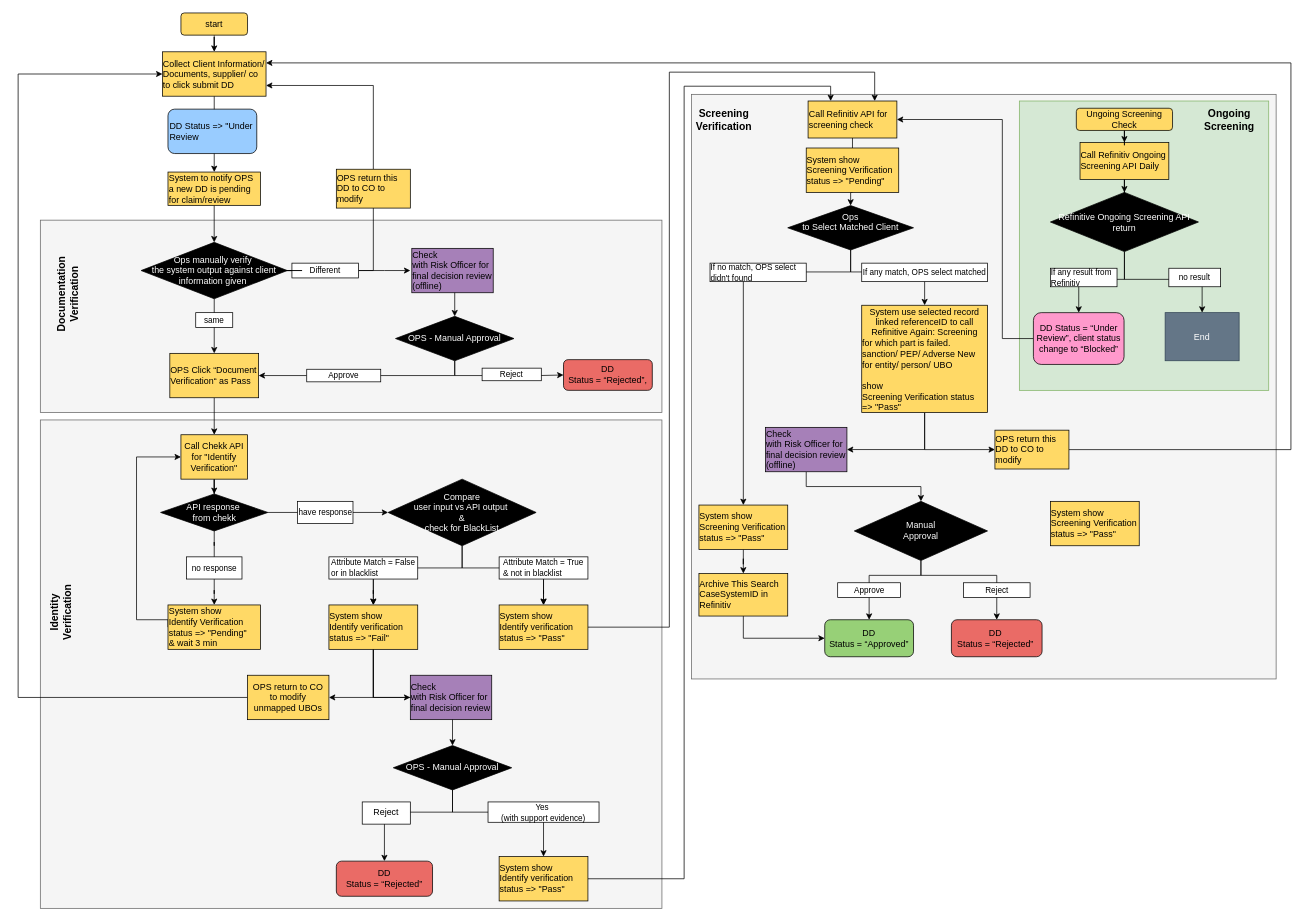
Before: page "Page-1" (1 of 2) of dd structure.drawio in SeanXLChen/gitskills, a draw.io diagram. Source tidied: cells renumbered, new cells numbered last; positions are measured from the earlier drawing's top-left corner, leaving out a move shared by most shapes. Both pictures are drawn from the tidied source at 74%, with x=0, y=0 at pixel (18, 13).
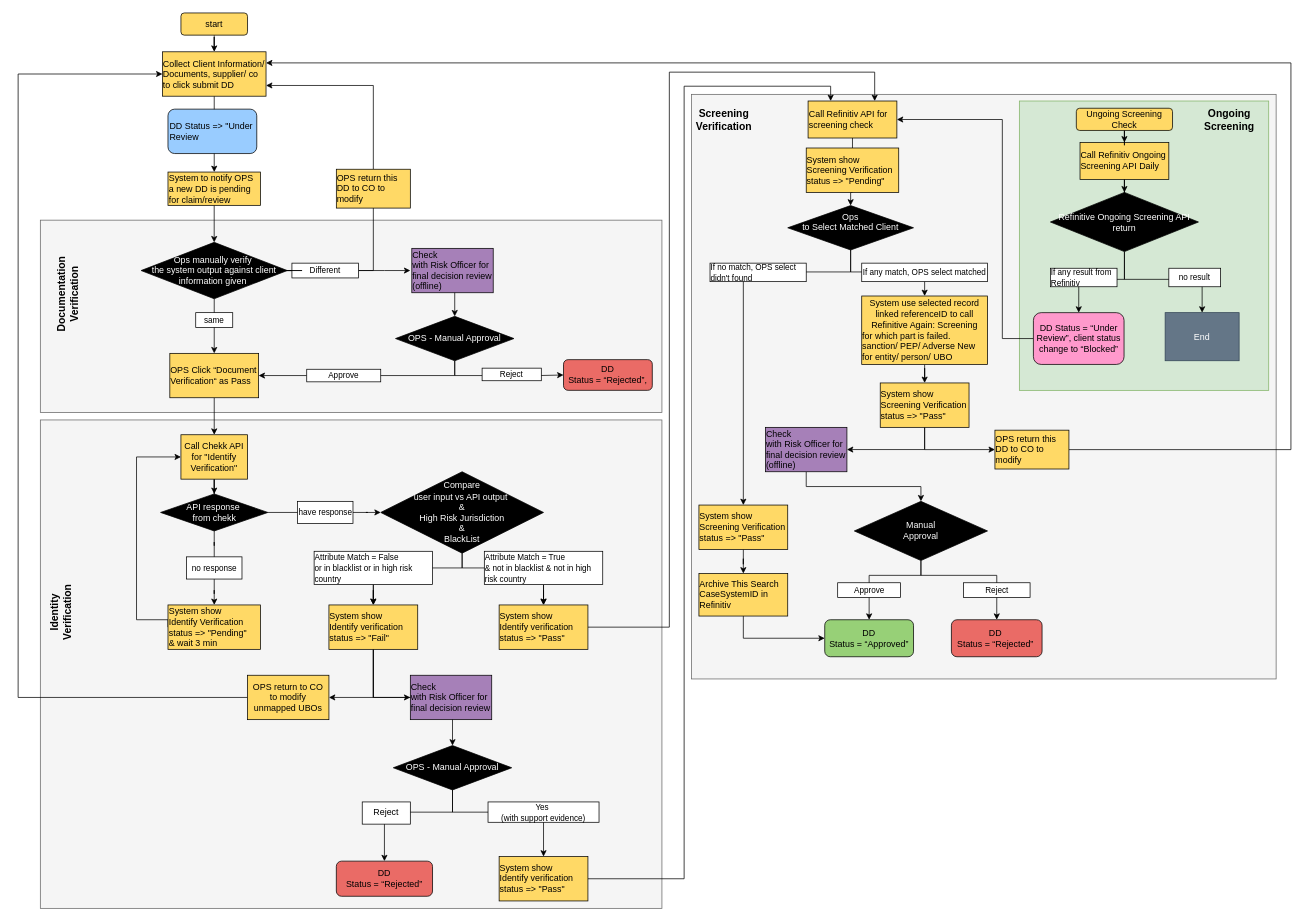
After the change.

Unchanged cells that the change refers to:
```xml
<mxCell id="111" value="&lt;p style=&quot;margin-top: 0pt ; margin-bottom: 0pt ; margin-left: 0in ; text-align: left ; direction: ltr ; unicode-bidi: embed ; word-break: normal&quot;&gt;&lt;font face=&quot;arial&quot;&gt;OPS return this DD to CO to modify&amp;nbsp;&lt;/font&gt;&lt;/p&gt;" style="rounded=0;whiteSpace=wrap;html=1;fillColor=#FFD966;" parent="1" vertex="1">
  <mxGeometry x="1320" y="563.8" width="100" height="52.5" as="geometry" />
</mxCell>
<mxCell id="113" value="&lt;p style=&quot;margin-top: 0pt ; margin-bottom: 0pt ; margin-left: 0in ; text-align: left ; direction: ltr ; unicode-bidi: embed ; word-break: normal&quot;&gt;&lt;span style=&quot;font-family: &amp;#34;arial&amp;#34;&quot;&gt;&lt;font style=&quot;font-size: 12px&quot;&gt;Check&lt;br&gt;with Risk Officer for final decision review (offline)&lt;/font&gt;&lt;/span&gt;&lt;/p&gt;" style="rounded=0;whiteSpace=wrap;html=1;strokeColor=#000000;fillColor=#A680B8;" parent="1" vertex="1">
  <mxGeometry x="1010" y="560" width="110" height="60" as="geometry" />
</mxCell>
```

What changed in the source:
```diff
@@
-    <mxCell id="22" value="&lt;p style=&quot;margin-top: 0pt ; margin-bottom: 0pt ; margin-left: 0in ; direction: ltr ; unicode-bidi: embed ; word-break: normal&quot;&gt;&lt;span style=&quot;font-family: &amp;#34;arial&amp;#34; ; color: white&quot;&gt;&lt;font style=&quot;font-size: 12px&quot;&gt;Compare&lt;br&gt;&lt;/font&gt;&lt;/span&gt;&lt;span style=&quot;font-family: &amp;#34;arial&amp;#34; ; color: white&quot;&gt;user input&amp;nbsp;&lt;/span&gt;&lt;span style=&quot;color: white ; font-family: &amp;#34;arial&amp;#34;&quot;&gt;vs API output&amp;nbsp;&lt;/span&gt;&lt;/p&gt;&lt;p style=&quot;margin-top: 0pt ; margin-bottom: 0pt ; margin-left: 0in ; direction: ltr ; unicode-bidi: embed ; word-break: normal&quot;&gt;&lt;span style=&quot;font-family: &amp;#34;arial&amp;#34; ; color: white&quot;&gt;&lt;font style=&quot;font-size: 12px&quot;&gt;&amp;amp;&lt;/font&gt;&lt;/span&gt;&lt;/p&gt;&lt;span style=&quot;color: rgb(255 , 255 , 255) ; font-family: &amp;#34;arial&amp;#34;&quot;&gt;check for BlackList&lt;/span&gt;" style="rhombus;whiteSpace=wrap;html=1;strokeColor=#000000;fillColor=#000000;" parent="1" vertex="1">
-      <mxGeometry x="500" y="630" width="200" height="90" as="geometry" />
+    <mxCell id="22" value="&lt;p style=&quot;margin-top: 0pt ; margin-bottom: 0pt ; margin-left: 0in ; direction: ltr ; unicode-bidi: embed ; word-break: normal&quot;&gt;&lt;span style=&quot;font-family: &amp;#34;arial&amp;#34; ; color: white&quot;&gt;&lt;font style=&quot;font-size: 12px&quot;&gt;Compare&lt;br&gt;&lt;/font&gt;&lt;/span&gt;&lt;span style=&quot;font-family: &amp;#34;arial&amp;#34; ; color: white&quot;&gt;user input&amp;nbsp;&lt;/span&gt;&lt;span style=&quot;color: white ; font-family: &amp;#34;arial&amp;#34;&quot;&gt;vs API output&amp;nbsp;&lt;/span&gt;&lt;/p&gt;&lt;p style=&quot;margin-top: 0pt ; margin-bottom: 0pt ; margin-left: 0in ; direction: ltr ; unicode-bidi: embed ; word-break: normal&quot;&gt;&lt;span style=&quot;color: white ; font-family: &amp;#34;arial&amp;#34;&quot;&gt;&amp;amp;&lt;/span&gt;&lt;/p&gt;&lt;p style=&quot;margin-top: 0pt ; margin-bottom: 0pt ; margin-left: 0in ; direction: ltr ; unicode-bidi: embed ; word-break: normal&quot;&gt;&lt;span style=&quot;color: white ; font-family: &amp;#34;arial&amp;#34;&quot;&gt;High Risk Jurisdiction&lt;/span&gt;&lt;/p&gt;&lt;p style=&quot;margin-top: 0pt ; margin-bottom: 0pt ; margin-left: 0in ; direction: ltr ; unicode-bidi: embed ; word-break: normal&quot;&gt;&lt;span style=&quot;font-family: &amp;#34;arial&amp;#34; ; color: white&quot;&gt;&lt;font style=&quot;font-size: 12px&quot;&gt;&amp;amp;&lt;/font&gt;&lt;/span&gt;&lt;/p&gt;&lt;span style=&quot;color: rgb(255 , 255 , 255) ; font-family: &amp;#34;arial&amp;#34;&quot;&gt;BlackList&lt;/span&gt;" style="rhombus;whiteSpace=wrap;html=1;strokeColor=#000000;fillColor=#000000;" parent="1" vertex="1">
+      <mxGeometry x="490" y="620" width="220" height="110" as="geometry" />
     </mxCell>
@@
-    <mxCell id="64" value="&lt;p style=&quot;margin-top: 0pt ; margin-bottom: 0pt ; margin-left: 0in ; text-align: left ; direction: ltr ; unicode-bidi: embed ; word-break: normal&quot;&gt;&lt;span style=&quot;font-family: &amp;#34;arial&amp;#34;&quot;&gt;&lt;font style=&quot;font-size: 11px&quot;&gt;Attribute Match = False&lt;/font&gt;&lt;/span&gt;&lt;/p&gt;&lt;p style=&quot;margin-top: 0pt ; margin-bottom: 0pt ; margin-left: 0in ; text-align: left ; direction: ltr ; unicode-bidi: embed ; word-break: normal&quot;&gt;&lt;span style=&quot;font-family: &amp;#34;arial&amp;#34;&quot;&gt;&lt;font style=&quot;font-size: 11px&quot;&gt;or in blacklist&amp;nbsp;&lt;/font&gt;&lt;/span&gt;&lt;/p&gt;" style="rounded=0;whiteSpace=wrap;html=1;strokeColor=#000000;fillColor=#FFFFFF;" parent="1" vertex="1">
-      <mxGeometry x="420" y="735" width="120" height="30" as="geometry" />
+    <mxCell id="64" value="&lt;p style=&quot;margin-top: 0pt ; margin-bottom: 0pt ; margin-left: 0in ; text-align: left ; direction: ltr ; unicode-bidi: embed ; word-break: normal&quot;&gt;&lt;span style=&quot;font-family: &amp;#34;arial&amp;#34;&quot;&gt;&lt;font style=&quot;font-size: 11px&quot;&gt;Attribute Match = False&lt;/font&gt;&lt;/span&gt;&lt;/p&gt;&lt;p style=&quot;margin-top: 0pt ; margin-bottom: 0pt ; margin-left: 0in ; text-align: left ; direction: ltr ; unicode-bidi: embed ; word-break: normal&quot;&gt;&lt;span style=&quot;font-family: &amp;#34;arial&amp;#34;&quot;&gt;&lt;font style=&quot;font-size: 11px&quot;&gt;or in blacklist or in high risk country&lt;/font&gt;&lt;/span&gt;&lt;/p&gt;" style="rounded=0;whiteSpace=wrap;html=1;strokeColor=#000000;fillColor=#FFFFFF;" parent="1" vertex="1">
+      <mxGeometry x="400" y="727.5" width="160" height="45" as="geometry" />
     </mxCell>
@@
-    <mxCell id="100" value="&lt;p style=&quot;margin-top: 0pt ; margin-bottom: 0pt ; margin-left: 0in ; text-align: left ; direction: ltr ; unicode-bidi: embed ; word-break: normal&quot;&gt;&lt;span style=&quot;font-family: &amp;#34;arial&amp;#34;&quot;&gt;&lt;font style=&quot;font-size: 11px&quot;&gt;Attribute Match = True&lt;/font&gt;&lt;/span&gt;&lt;/p&gt;&lt;p style=&quot;margin-top: 0pt ; margin-bottom: 0pt ; margin-left: 0in ; text-align: left ; direction: ltr ; unicode-bidi: embed ; word-break: normal&quot;&gt;&lt;span style=&quot;font-family: &amp;#34;arial&amp;#34;&quot;&gt;&lt;font style=&quot;font-size: 11px&quot;&gt;&amp;amp; not in blacklist&lt;/font&gt;&lt;/span&gt;&lt;/p&gt;" style="rounded=0;whiteSpace=wrap;html=1;strokeColor=#000000;fillColor=#FFFFFF;" parent="1" vertex="1">
-      <mxGeometry x="650" y="735" width="120" height="30" as="geometry" />
+    <mxCell id="100" value="&lt;p style=&quot;margin-top: 0pt ; margin-bottom: 0pt ; margin-left: 0in ; text-align: left ; direction: ltr ; unicode-bidi: embed ; word-break: normal&quot;&gt;&lt;span style=&quot;font-family: &amp;#34;arial&amp;#34;&quot;&gt;&lt;font style=&quot;font-size: 11px&quot;&gt;Attribute Match = True&lt;/font&gt;&lt;/span&gt;&lt;/p&gt;&lt;p style=&quot;margin-top: 0pt ; margin-bottom: 0pt ; margin-left: 0in ; text-align: left ; direction: ltr ; unicode-bidi: embed ; word-break: normal&quot;&gt;&lt;span style=&quot;font-family: &amp;#34;arial&amp;#34;&quot;&gt;&lt;font style=&quot;font-size: 11px&quot;&gt;&amp;amp; not in blacklist &amp;amp; not in high risk country&lt;/font&gt;&lt;/span&gt;&lt;/p&gt;" style="rounded=0;whiteSpace=wrap;html=1;strokeColor=#000000;fillColor=#FFFFFF;" parent="1" vertex="1">
+      <mxGeometry x="630" y="727.5" width="160" height="45" as="geometry" />
     </mxCell>
@@
-    <mxCell id="106" style="edgeStyle=orthogonalEdgeStyle;rounded=0;jettySize=auto;html=1;entryX=1;entryY=0.5;entryDx=0;entryDy=0;fontColor=#FFFFFF;exitX=0.5;exitY=1;exitDx=0;exitDy=0;" parent="1" edge="1" source="108" target="113">
-      <mxGeometry relative="1" as="geometry" />
-    </mxCell>
-    <mxCell id="107" style="edgeStyle=orthogonalEdgeStyle;rounded=0;jettySize=auto;html=1;entryX=0;entryY=0.5;entryDx=0;entryDy=0;fontColor=#FFFFFF;exitX=0.5;exitY=1;exitDx=0;exitDy=0;" parent="1" edge="1" source="108" target="111">
-      <mxGeometry relative="1" as="geometry" />
-    </mxCell>
+    <mxCell id="115" style="edgeStyle=orthogonalEdgeStyle;rounded=0;jettySize=auto;html=1;entryX=0.5;entryY=0;entryDx=0;entryDy=0;" parent="1" edge="1" source="108" target="114">
+      <mxGeometry relative="1" as="geometry" />
+    </mxCell>
-    <mxCell id="108" value="&lt;span style=&quot;font-family: &amp;#34;arial&amp;#34;&quot;&gt;System use selected record linked referenceID to call Refinitive Again: Screening&lt;/span&gt;&lt;br&gt;&lt;p style=&quot;margin-top: 0pt ; margin-bottom: 0pt ; margin-left: 0in ; text-align: left ; direction: ltr ; unicode-bidi: embed ; word-break: normal&quot;&gt;&lt;span style=&quot;font-family: &amp;#34;arial&amp;#34; ; text-align: center&quot;&gt;for which part is failed. sanction/ PEP/ Adverse New for entity/ person/ UBO&lt;/span&gt;&lt;br&gt;&lt;/p&gt;&lt;p style=&quot;margin-top: 0pt ; margin-bottom: 0pt ; margin-left: 0in ; text-align: left ; direction: ltr ; unicode-bidi: embed ; word-break: normal&quot;&gt;&lt;span style=&quot;font-family: &amp;#34;arial&amp;#34; ; text-align: center&quot;&gt;&lt;br&gt;&lt;/span&gt;&lt;/p&gt;&lt;p style=&quot;margin-top: 0pt ; margin-bottom: 0pt ; margin-left: 0in ; text-align: left ; direction: ltr ; unicode-bidi: embed ; word-break: normal&quot;&gt;&lt;span style=&quot;font-family: &amp;#34;arial&amp;#34;&quot;&gt;show&lt;/span&gt;&lt;br style=&quot;font-family: &amp;#34;arial&amp;#34;&quot;&gt;&lt;span style=&quot;font-family: &amp;#34;arial&amp;#34;&quot;&gt;Screening Verification status =&amp;gt; &quot;Pass&quot;&lt;/span&gt;&lt;span style=&quot;font-family: &amp;#34;arial&amp;#34; ; text-align: center&quot;&gt;&lt;br&gt;&lt;/span&gt;&lt;/p&gt;" style="rounded=0;whiteSpace=wrap;html=1;strokeColor=#000000;fillColor=#FFD966;" parent="1" vertex="1">
-      <mxGeometry x="1140" y="395" width="170" height="145" as="geometry" />
+    <mxCell id="108" value="&lt;span style=&quot;font-family: &amp;#34;arial&amp;#34;&quot;&gt;System use selected record linked referenceID to call Refinitive Again: Screening&lt;/span&gt;&lt;br&gt;&lt;p style=&quot;margin-top: 0pt ; margin-bottom: 0pt ; margin-left: 0in ; text-align: left ; direction: ltr ; unicode-bidi: embed ; word-break: normal&quot;&gt;&lt;span style=&quot;font-family: &amp;#34;arial&amp;#34; ; text-align: center&quot;&gt;for which part is failed. sanction/ PEP/ Adverse New for entity/ person/ UBO&lt;/span&gt;&lt;/p&gt;" style="rounded=0;whiteSpace=wrap;html=1;strokeColor=#000000;fillColor=#FFD966;" parent="1" vertex="1">
+      <mxGeometry x="1140" y="382.5" width="170" height="92.5" as="geometry" />
     </mxCell>
@@
+    <mxCell id="116" style="edgeStyle=orthogonalEdgeStyle;rounded=0;jettySize=auto;html=1;entryX=1;entryY=0.5;entryDx=0;entryDy=0;exitX=0.5;exitY=1;exitDx=0;exitDy=0;" parent="1" edge="1" source="114" target="113">
+      <mxGeometry relative="1" as="geometry" />
+    </mxCell>
+    <mxCell id="117" style="edgeStyle=orthogonalEdgeStyle;rounded=0;jettySize=auto;html=1;entryX=0;entryY=0.5;entryDx=0;entryDy=0;exitX=0.5;exitY=1;exitDx=0;exitDy=0;" parent="1" edge="1" source="114" target="111">
+      <mxGeometry relative="1" as="geometry" />
+    </mxCell>
     <mxCell id="114" value="&lt;p style=&quot;margin-top: 0pt ; margin-bottom: 0pt ; margin-left: 0in ; text-align: left ; direction: ltr ; unicode-bidi: embed ; word-break: normal&quot;&gt;&lt;span style=&quot;font-family: &amp;#34;arial&amp;#34;&quot;&gt;System show&lt;/span&gt;&lt;br style=&quot;font-family: &amp;#34;arial&amp;#34;&quot;&gt;&lt;span style=&quot;font-family: &amp;#34;arial&amp;#34;&quot;&gt;Screening Verification status =&amp;gt; &quot;Pass&quot;&lt;/span&gt;&lt;br&gt;&lt;/p&gt;" style="rounded=0;whiteSpace=wrap;html=1;strokeColor=#000000;fillColor=#FFD966;" parent="1" vertex="1">
-      <mxGeometry x="1395" y="660" width="120" height="60" as="geometry" />
+      <mxGeometry x="1165" y="500" width="120" height="60" as="geometry" />
     </mxCell>
```
